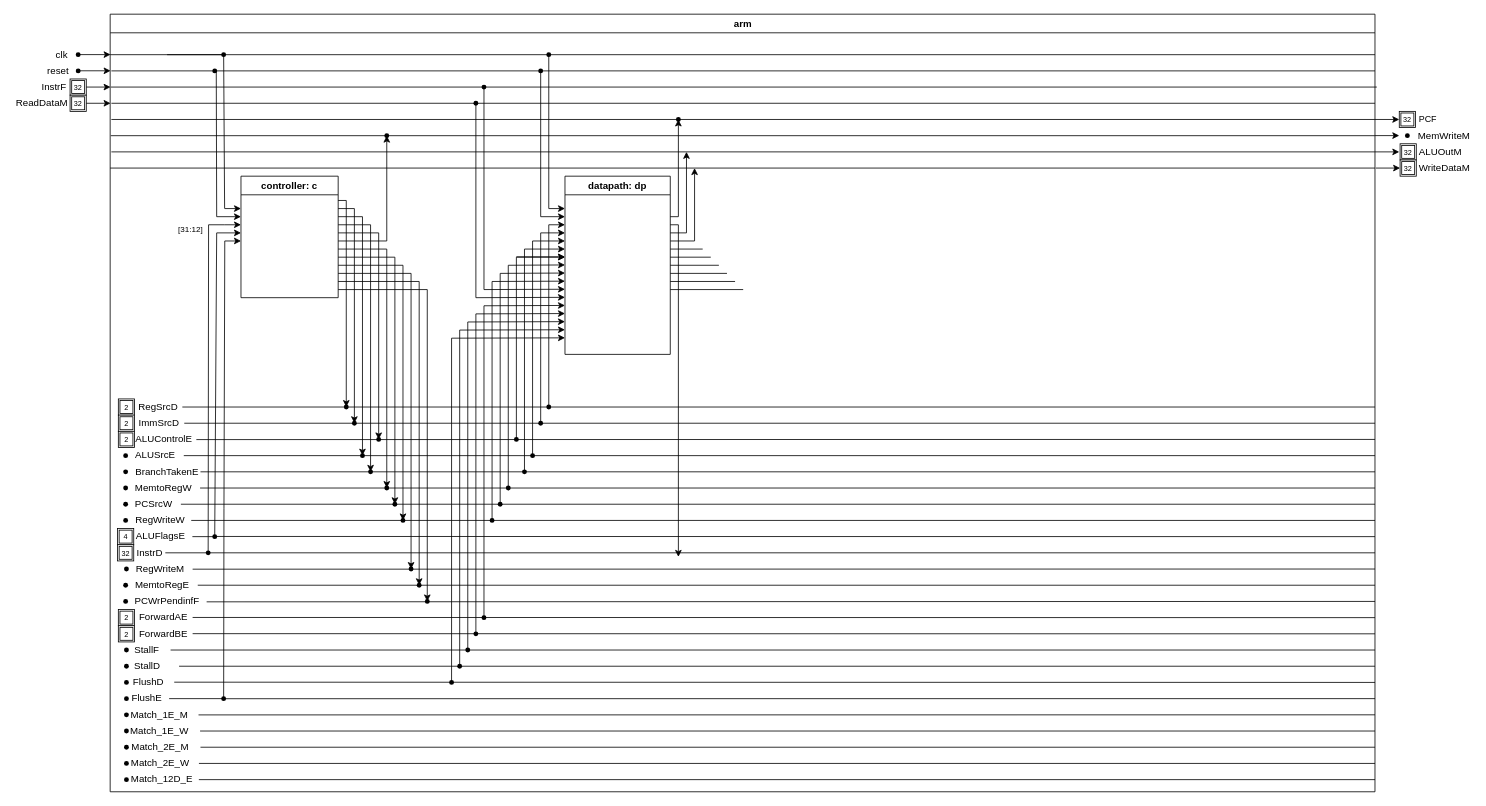
The draw.io diagram page "Module arm" (2 of 13) of atividade4.drawio.xml in booleana1/Atividade-3, before the edit. Source tidied: cells renumbered, new cells numbered last; positions are measured from the earlier drawing's top-left corner, leaving out a move shared by most shapes. Both pictures are drawn from the tidied source at 81%, with x=0, y=0 at pixel (14, 14).
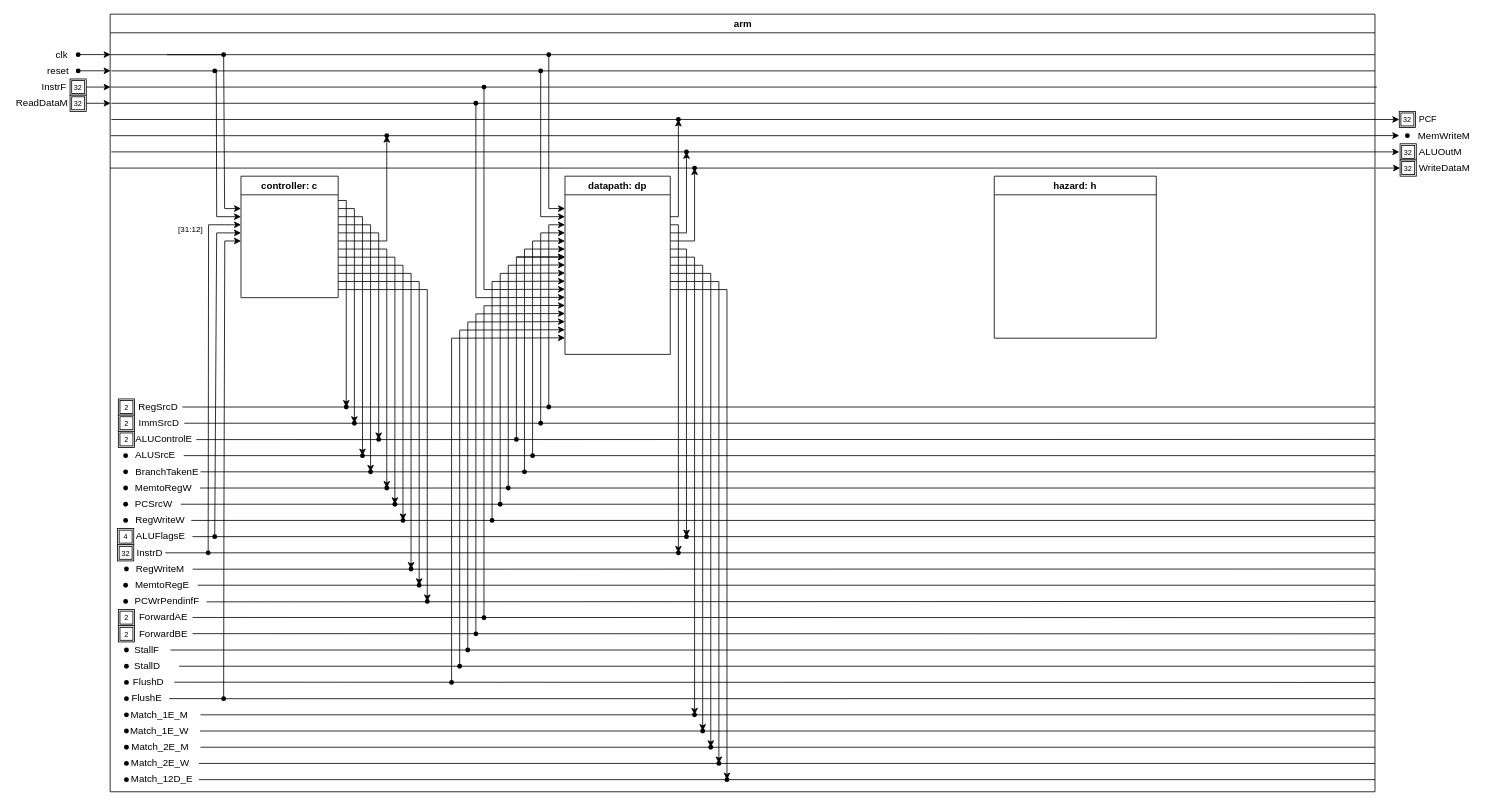
The same diagram, later.

Unchanged cells that the change refers to:
```xml
<mxCell id="2" value="arm" style="swimlane;whiteSpace=wrap;html=1;startSize=23;" parent="1" vertex="1">
  <mxGeometry x="118.5" width="1561.5" height="960" as="geometry" />
</mxCell>
<mxCell id="132" style="shape=waypoint;sketch=0;fillStyle=solid;size=6;points=[];fillColor=none;perimeter=centerPerimeter;snapToPoint=1;" parent="2" vertex="1">
  <mxGeometry x="119.1" y="635" width="20" height="20" as="geometry" />
</mxCell>
```

Change to the diagram source:
```diff
@@
     <mxCell id="45" style="endArrow=none;html=1;rounded=0;" parent="2" edge="1">
       <mxGeometry relative="1" as="geometry">
         <mxPoint x="691.5" y="290" as="sourcePoint" />
-        <mxPoint x="731.5" y="290" as="targetPoint" />
+        <mxPoint x="711.5" y="290" as="targetPoint" />
       </mxGeometry>
     </mxCell>
     <mxCell id="46" style="endArrow=none;html=1;rounded=0;" parent="2" edge="1">
       <mxGeometry relative="1" as="geometry">
         <mxPoint x="691.5" y="300" as="sourcePoint" />
-        <mxPoint x="741.5" y="300" as="targetPoint" />
+        <mxPoint x="721.5" y="300" as="targetPoint" />
       </mxGeometry>
     </mxCell>
@@
     <mxCell id="48" style="endArrow=none;html=1;rounded=0;" parent="2" edge="1">
       <mxGeometry relative="1" as="geometry">
         <mxPoint x="691.5" y="320" as="sourcePoint" />
-        <mxPoint x="761.5" y="320" as="targetPoint" />
+        <mxPoint x="741.5" y="320" as="targetPoint" />
       </mxGeometry>
     </mxCell>
     <mxCell id="49" style="endArrow=none;html=1;rounded=0;" parent="2" edge="1">
       <mxGeometry relative="1" as="geometry">
         <mxPoint x="691.5" y="330" as="sourcePoint" />
-        <mxPoint x="771.5" y="330" as="targetPoint" />
+        <mxPoint x="751.5" y="330" as="targetPoint" />
       </mxGeometry>
     </mxCell>
     <mxCell id="50" style="endArrow=none;html=1;rounded=0;" parent="2" edge="1">
       <mxGeometry relative="1" as="geometry">
         <mxPoint x="691.5" y="340" as="sourcePoint" />
-        <mxPoint x="781.5" y="340" as="targetPoint" />
+        <mxPoint x="761.5" y="340" as="targetPoint" />
       </mxGeometry>
     </mxCell>
     <mxCell id="51" style="endArrow=none;html=1;rounded=0;" parent="2" edge="1">
       <mxGeometry relative="1" as="geometry">
         <mxPoint x="691.5" y="310" as="sourcePoint" />
-        <mxPoint x="751.5" y="310" as="targetPoint" />
+        <mxPoint x="731.5" y="310" as="targetPoint" />
       </mxGeometry>
     </mxCell>
@@
-    <mxCell id="114" style="endArrow=none;html=1;rounded=0;" parent="2" edge="1">
+    <mxCell id="114" style="endArrow=none;html=1;rounded=0;" parent="2" edge="1" source="262">
       <mxGeometry relative="1" as="geometry">
-        <mxPoint x="129.1" y="644.8" as="sourcePoint" />
         <mxPoint x="1561.5" y="645" as="targetPoint" />
       </mxGeometry>
     </mxCell>
-    <mxCell id="115" style="endArrow=none;html=1;rounded=0;" parent="2" edge="1">
+    <mxCell id="115" style="endArrow=none;html=1;rounded=0;" parent="2" edge="1" source="260">
       <mxGeometry relative="1" as="geometry">
-        <mxPoint x="701.5" y="665" as="sourcePoint" />
         <mxPoint x="1561.5" y="665" as="targetPoint" />
       </mxGeometry>
     </mxCell>
@@
-    <mxCell id="125" style="endArrow=none;html=1;rounded=0;" parent="2" edge="1">
+    <mxCell id="125" style="endArrow=none;html=1;rounded=0;" parent="2" edge="1" source="264">
       <mxGeometry relative="1" as="geometry">
-        <mxPoint x="109.1" y="865.1" as="sourcePoint" />
         <mxPoint x="1561.5" y="865" as="targetPoint" />
       </mxGeometry>
     </mxCell>
@@
-    <mxCell id="127" style="endArrow=none;html=1;rounded=0;" parent="2" edge="1">
+    <mxCell id="127" style="endArrow=none;html=1;rounded=0;" parent="2" edge="1" source="267">
       <mxGeometry relative="1" as="geometry">
-        <mxPoint x="111.5" y="905" as="sourcePoint" />
         <mxPoint x="1561.5" y="905" as="targetPoint" />
       </mxGeometry>
     </mxCell>
@@
-    <mxCell id="191" style="endArrow=classic;html=1;rounded=0;" parent="2" edge="1">
+    <mxCell id="191" style="endArrow=classic;html=1;rounded=0;" parent="2" edge="1" target="260">
       <mxGeometry relative="1" as="geometry">
         <mxPoint x="701.5" y="260" as="sourcePoint" />
-        <mxPoint x="701.5" y="670" as="targetPoint" />
       </mxGeometry>
     </mxCell>
+    <mxCell id="260" style="shape=waypoint;sketch=0;fillStyle=solid;size=6;points=[];fillColor=none;perimeter=centerPerimeter;snapToPoint=1;" parent="2" vertex="1">
+      <mxGeometry x="691.5" y="655" width="20" height="20" as="geometry" />
+    </mxCell>
+    <mxCell id="261" style="endArrow=none;html=1;rounded=0;exitX=0.594;exitY=1.058;exitDx=0;exitDy=0;exitPerimeter=0;" parent="2" edge="1" source="132" target="262">
+      <mxGeometry relative="1" as="geometry" />
+    </mxCell>
+    <mxCell id="262" style="shape=waypoint;sketch=0;fillStyle=solid;size=6;points=[];fillColor=none;perimeter=centerPerimeter;snapToPoint=1;" parent="2" vertex="1">
+      <mxGeometry x="701.5" y="635" width="20" height="20" as="geometry" />
+    </mxCell>
+    <mxCell id="263" style="endArrow=none;html=1;rounded=0;" parent="2" edge="1" target="264">
+      <mxGeometry relative="1" as="geometry">
+        <mxPoint x="111.5" y="865" as="sourcePoint" />
+      </mxGeometry>
+    </mxCell>
+    <mxCell id="264" style="shape=waypoint;sketch=0;fillStyle=solid;size=6;points=[];fillColor=none;perimeter=centerPerimeter;snapToPoint=1;" parent="2" vertex="1">
+      <mxGeometry x="711.5" y="855" width="20" height="20" as="geometry" />
+    </mxCell>
+    <mxCell id="265" style="shape=waypoint;sketch=0;fillStyle=solid;size=6;points=[];fillColor=none;perimeter=centerPerimeter;snapToPoint=1;" parent="2" vertex="1">
+      <mxGeometry x="721.5" y="875" width="20" height="20" as="geometry" />
+    </mxCell>
+    <mxCell id="266" style="endArrow=none;html=1;rounded=0;" parent="2" edge="1" target="267">
+      <mxGeometry relative="1" as="geometry">
+        <mxPoint x="111.5" y="905" as="sourcePoint" />
+      </mxGeometry>
+    </mxCell>
+    <mxCell id="267" style="shape=waypoint;sketch=0;fillStyle=solid;size=6;points=[];fillColor=none;perimeter=centerPerimeter;snapToPoint=1;" parent="2" vertex="1">
+      <mxGeometry x="731.5" y="895" width="20" height="20" as="geometry" />
+    </mxCell>
+    <mxCell id="268" style="shape=waypoint;sketch=0;fillStyle=solid;size=6;points=[];fillColor=none;perimeter=centerPerimeter;snapToPoint=1;" parent="2" vertex="1">
+      <mxGeometry x="741.5" y="915" width="20" height="20" as="geometry" />
+    </mxCell>
+    <mxCell id="269" style="shape=waypoint;sketch=0;fillStyle=solid;size=6;points=[];fillColor=none;perimeter=centerPerimeter;snapToPoint=1;" parent="2" vertex="1">
+      <mxGeometry x="751.5" y="935" width="20" height="20" as="geometry" />
+    </mxCell>
+    <mxCell id="270" value="hazard: h" style="swimlane;whiteSpace=wrap;html=1;" parent="2" vertex="1">
+      <mxGeometry x="1091.5" y="200" width="200" height="200" as="geometry" />
+    </mxCell>
@@
-    <mxCell id="258" style="endArrow=classic;html=1;rounded=0;" parent="1" edge="1">
+    <mxCell id="258" style="endArrow=classic;html=1;rounded=0;" parent="1" edge="1" target="278">
       <mxGeometry relative="1" as="geometry">
         <mxPoint x="830" y="270" as="sourcePoint" />
-        <mxPoint x="830" y="170" as="targetPoint" />
       </mxGeometry>
     </mxCell>
-    <mxCell id="259" style="endArrow=classic;html=1;rounded=0;" parent="1" edge="1">
+    <mxCell id="259" style="endArrow=classic;html=1;rounded=0;" parent="1" edge="1" target="277">
       <mxGeometry relative="1" as="geometry">
         <mxPoint x="840" y="280" as="sourcePoint" />
-        <mxPoint x="840" y="190" as="targetPoint" />
       </mxGeometry>
     </mxCell>
+    <mxCell id="271" style="endArrow=classic;html=1;rounded=0;" parent="1" edge="1" target="262">
+      <mxGeometry relative="1" as="geometry">
+        <mxPoint x="830" y="290" as="sourcePoint" />
+      </mxGeometry>
+    </mxCell>
+    <mxCell id="272" style="endArrow=classic;html=1;rounded=0;" parent="1" edge="1" target="264">
+      <mxGeometry relative="1" as="geometry">
+        <mxPoint x="840" y="300" as="sourcePoint" />
+      </mxGeometry>
+    </mxCell>
+    <mxCell id="273" style="endArrow=classic;html=1;rounded=0;" parent="1" edge="1" target="265">
+      <mxGeometry relative="1" as="geometry">
+        <mxPoint x="850" y="310" as="sourcePoint" />
+      </mxGeometry>
+    </mxCell>
+    <mxCell id="274" style="endArrow=classic;html=1;rounded=0;" parent="1" edge="1" target="267">
+      <mxGeometry relative="1" as="geometry">
+        <mxPoint x="860" y="320" as="sourcePoint" />
+      </mxGeometry>
+    </mxCell>
+    <mxCell id="275" style="endArrow=classic;html=1;rounded=0;" parent="1" edge="1" target="268">
+      <mxGeometry relative="1" as="geometry">
+        <mxPoint x="870" y="330" as="sourcePoint" />
+      </mxGeometry>
+    </mxCell>
+    <mxCell id="276" style="endArrow=classic;html=1;rounded=0;" parent="1" edge="1" target="269">
+      <mxGeometry relative="1" as="geometry">
+        <mxPoint x="880" y="340" as="sourcePoint" />
+      </mxGeometry>
+    </mxCell>
+    <mxCell id="277" style="shape=waypoint;sketch=0;fillStyle=solid;size=6;points=[];fillColor=none;perimeter=centerPerimeter;snapToPoint=1;" parent="1" vertex="1">
+      <mxGeometry x="830" y="180" width="20" height="20" as="geometry" />
+    </mxCell>
+    <mxCell id="278" style="shape=waypoint;sketch=0;fillStyle=solid;size=6;points=[];fillColor=none;perimeter=centerPerimeter;snapToPoint=1;" parent="1" vertex="1">
+      <mxGeometry x="820" y="160" width="20" height="20" as="geometry" />
+    </mxCell>
```
